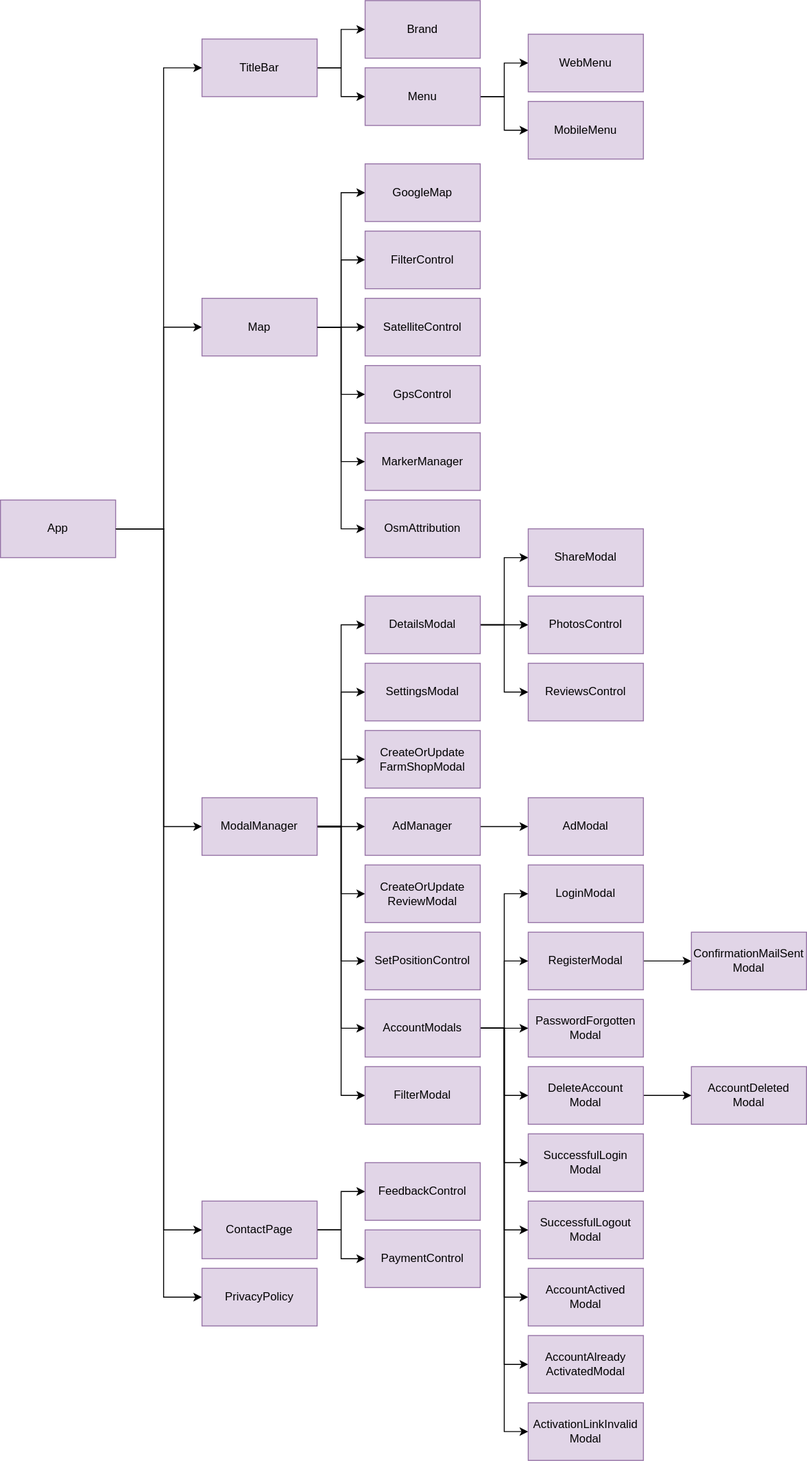
Above: _images/architecture-front-end.drawio.svg in gartenkralle/geolocation-services-doc (draw.io), before the change. Source tidied: cells renumbered, new cells last; positions are measured from the earlier drawing's top-left corner, leaving out a move shared by most shapes.
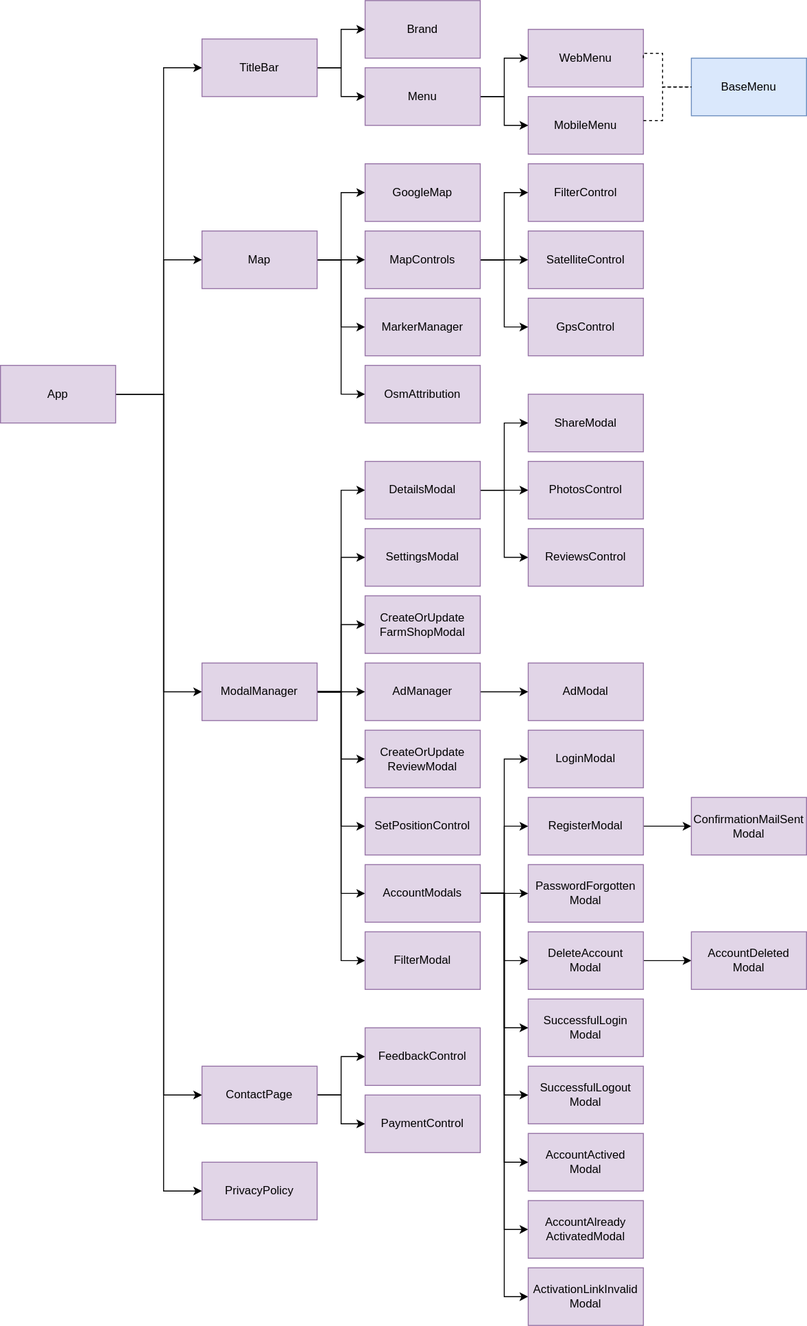
Later version of the same file.

Commit message:
update front end diagram

Diff of the diagram source:
```diff
@@ -2,14 +2,6 @@
   <root>
     <mxCell id="0" />
     <mxCell id="1" parent="0" />
-    <mxCell id="2" style="edgeStyle=orthogonalEdgeStyle;rounded=0;jettySize=auto;html=1;entryX=0;entryY=0.5;entryDx=0;entryDy=0;" parent="1" edge="1" source="6" target="15">
-      <mxGeometry relative="1" as="geometry">
-        <Array as="points">
-          <mxPoint x="170" y="550" />
-          <mxPoint x="170" y="340" />
-        </Array>
-      </mxGeometry>
-    </mxCell>
     <mxCell id="3" style="edgeStyle=orthogonalEdgeStyle;rounded=0;jettySize=auto;html=1;entryX=0;entryY=0.5;entryDx=0;entryDy=0;" parent="1" edge="1" source="6" target="24">
       <mxGeometry relative="1" as="geometry">
         <Array as="points">
@@ -30,39 +22,43 @@
       <mxGeometry relative="1" as="geometry">
         <Array as="points">
           <mxPoint x="170" y="550" />
-          <mxPoint x="170" y="1350" />
+          <mxPoint x="170" y="1380" />
         </Array>
       </mxGeometry>
     </mxCell>
+    <mxCell id="2" style="edgeStyle=orthogonalEdgeStyle;rounded=0;jettySize=auto;html=1;entryX=0;entryY=0.5;entryDx=0;entryDy=0;" parent="1" edge="1" source="6" target="15">
+      <mxGeometry relative="1" as="geometry">
+        <Array as="points">
+          <mxPoint x="170" y="550" />
+          <mxPoint x="170" y="410" />
+        </Array>
+      </mxGeometry>
+    </mxCell>
+    <mxCell id="43" style="edgeStyle=orthogonalEdgeStyle;rounded=0;jettySize=auto;html=1;entryX=0;entryY=0.5;entryDx=0;entryDy=0;" parent="1" edge="1" source="6" target="41">
+      <mxGeometry relative="1" as="geometry">
+        <Array as="points">
+          <mxPoint x="170" y="550" />
+          <mxPoint x="170" y="210" />
+        </Array>
+      </mxGeometry>
+    </mxCell>
     <mxCell id="6" value="App" style="rounded=0;whiteSpace=wrap;html=1;fillColor=#e1d5e7;strokeColor=#9673a6;" parent="1" vertex="1">
       <mxGeometry y="520" width="120" height="60" as="geometry" />
     </mxCell>
-    <mxCell id="7" style="edgeStyle=orthogonalEdgeStyle;rounded=0;jettySize=auto;html=1;entryX=0;entryY=0.5;entryDx=0;entryDy=0;" parent="1" edge="1" source="9" target="78">
-      <mxGeometry relative="1" as="geometry" />
-    </mxCell>
-    <mxCell id="8" style="edgeStyle=orthogonalEdgeStyle;rounded=0;jettySize=auto;html=1;entryX=0;entryY=0.5;entryDx=0;entryDy=0;" parent="1" edge="1" source="9" target="79">
-      <mxGeometry relative="1" as="geometry" />
-    </mxCell>
-    <mxCell id="9" value="Menu" style="rounded=0;whiteSpace=wrap;html=1;fillColor=#e1d5e7;strokeColor=#9673a6;" parent="1" vertex="1">
-      <mxGeometry x="380" y="70" width="120" height="60" as="geometry" />
-    </mxCell>
     <mxCell id="10" style="edgeStyle=orthogonalEdgeStyle;rounded=0;jettySize=auto;html=1;entryX=0;entryY=0.5;entryDx=0;entryDy=0;" parent="1" edge="1" source="15" target="29">
       <mxGeometry relative="1" as="geometry" />
     </mxCell>
-    <mxCell id="11" style="edgeStyle=orthogonalEdgeStyle;rounded=0;jettySize=auto;html=1;entryX=0;entryY=0.5;entryDx=0;entryDy=0;" parent="1" edge="1" source="15" target="31">
-      <mxGeometry relative="1" as="geometry" />
-    </mxCell>
-    <mxCell id="12" style="edgeStyle=orthogonalEdgeStyle;rounded=0;jettySize=auto;html=1;entryX=0;entryY=0.5;entryDx=0;entryDy=0;" parent="1" edge="1" source="15" target="32">
-      <mxGeometry relative="1" as="geometry" />
-    </mxCell>
     <mxCell id="13" style="edgeStyle=orthogonalEdgeStyle;rounded=0;jettySize=auto;html=1;entryX=0;entryY=0.5;entryDx=0;entryDy=0;" parent="1" edge="1" source="15" target="53">
       <mxGeometry relative="1" as="geometry" />
     </mxCell>
     <mxCell id="14" style="edgeStyle=orthogonalEdgeStyle;rounded=0;jettySize=auto;html=1;entryX=0;entryY=0.5;entryDx=0;entryDy=0;" parent="1" edge="1" source="15" target="81">
       <mxGeometry relative="1" as="geometry" />
     </mxCell>
+    <mxCell id="83" style="edgeStyle=orthogonalEdgeStyle;rounded=0;jettySize=auto;html=1;entryX=0;entryY=0.5;entryDx=0;entryDy=0;" parent="1" edge="1" source="15" target="87">
+      <mxGeometry relative="1" as="geometry" />
+    </mxCell>
     <mxCell id="15" value="Map" style="rounded=0;whiteSpace=wrap;html=1;fillColor=#e1d5e7;strokeColor=#9673a6;" parent="1" vertex="1">
-      <mxGeometry x="210" y="310" width="120" height="60" as="geometry" />
+      <mxGeometry x="210" y="380" width="120" height="60" as="geometry" />
     </mxCell>
     <mxCell id="16" style="edgeStyle=orthogonalEdgeStyle;rounded=0;jettySize=auto;html=1;entryX=0;entryY=0.5;entryDx=0;entryDy=0;" parent="1" edge="1" source="24" target="38">
       <mxGeometry relative="1" as="geometry" />
@@ -104,16 +100,16 @@
       <mxGeometry x="550" y="1040" width="120" height="60" as="geometry" />
     </mxCell>
     <mxCell id="29" value="GoogleMap" style="rounded=0;whiteSpace=wrap;html=1;fillColor=#e1d5e7;strokeColor=#9673a6;" parent="1" vertex="1">
-      <mxGeometry x="380" y="170" width="120" height="60" as="geometry" />
+      <mxGeometry x="380" y="310" width="120" height="60" as="geometry" />
     </mxCell>
     <mxCell id="30" value="FilterControl" style="rounded=0;whiteSpace=wrap;html=1;fillColor=#e1d5e7;strokeColor=#9673a6;" parent="1" vertex="1">
-      <mxGeometry x="380" y="240" width="120" height="60" as="geometry" />
+      <mxGeometry x="550" y="310" width="120" height="60" as="geometry" />
     </mxCell>
     <mxCell id="31" value="SatelliteControl" style="rounded=0;whiteSpace=wrap;html=1;fillColor=#e1d5e7;strokeColor=#9673a6;" parent="1" vertex="1">
-      <mxGeometry x="380" y="310" width="120" height="60" as="geometry" />
+      <mxGeometry x="550" y="380" width="120" height="60" as="geometry" />
     </mxCell>
     <mxCell id="32" value="GpsControl" style="rounded=0;whiteSpace=wrap;html=1;fillColor=#e1d5e7;strokeColor=#9673a6;" parent="1" vertex="1">
-      <mxGeometry x="380" y="380" width="120" height="60" as="geometry" />
+      <mxGeometry x="550" y="450" width="120" height="60" as="geometry" />
     </mxCell>
     <mxCell id="33" value="SettingsModal" style="rounded=0;whiteSpace=wrap;html=1;fillColor=#e1d5e7;strokeColor=#9673a6;" parent="1" vertex="1">
       <mxGeometry x="380" y="690" width="120" height="60" as="geometry" />
@@ -136,27 +132,15 @@
     <mxCell id="39" style="edgeStyle=orthogonalEdgeStyle;rounded=0;jettySize=auto;html=1;entryX=0;entryY=0.5;entryDx=0;entryDy=0;" parent="1" edge="1" source="41" target="42">
       <mxGeometry relative="1" as="geometry" />
     </mxCell>
-    <mxCell id="40" style="edgeStyle=orthogonalEdgeStyle;rounded=0;jettySize=auto;html=1;entryX=0;entryY=0.5;entryDx=0;entryDy=0;" parent="1" edge="1" source="41" target="9">
+    <mxCell id="40" style="edgeStyle=orthogonalEdgeStyle;rounded=0;jettySize=auto;html=1;" parent="1" edge="1" source="41" target="9">
       <mxGeometry relative="1" as="geometry" />
     </mxCell>
     <mxCell id="41" value="TitleBar" style="rounded=0;whiteSpace=wrap;html=1;fillColor=#e1d5e7;strokeColor=#9673a6;" parent="1" vertex="1">
-      <mxGeometry x="210" y="40" width="120" height="60" as="geometry" />
+      <mxGeometry x="210" y="180" width="120" height="60" as="geometry" />
     </mxCell>
     <mxCell id="42" value="Brand" style="rounded=0;whiteSpace=wrap;html=1;fillColor=#e1d5e7;strokeColor=#9673a6;" parent="1" vertex="1">
-      <mxGeometry x="380" width="120" height="60" as="geometry" />
+      <mxGeometry x="380" y="140" width="120" height="60" as="geometry" />
     </mxCell>
-    <mxCell id="43" style="endArrow=classic;html=1;rounded=0;exitX=1;exitY=0.5;exitDx=0;exitDy=0;entryX=0;entryY=0.5;entryDx=0;entryDy=0;" parent="1" edge="1" source="6" target="41">
-      <mxGeometry relative="1" as="geometry">
-        <Array as="points">
-          <mxPoint x="170" y="550" />
-          <mxPoint x="170" y="310" />
-          <mxPoint x="170" y="70" />
-        </Array>
-      </mxGeometry>
-    </mxCell>
-    <mxCell id="44" style="edgeStyle=orthogonalEdgeStyle;rounded=0;jettySize=auto;html=1;entryX=0;entryY=0.5;entryDx=0;entryDy=0;" parent="1" edge="1" source="15" target="30">
-      <mxGeometry relative="1" as="geometry" />
-    </mxCell>
     <mxCell id="45" value="AdModal" style="rounded=0;whiteSpace=wrap;html=1;fillColor=#e1d5e7;strokeColor=#9673a6;" parent="1" vertex="1">
       <mxGeometry x="550" y="830" width="120" height="60" as="geometry" />
     </mxCell>
@@ -257,10 +241,10 @@
       <mxGeometry x="550" y="1460" width="120" height="60" as="geometry" />
     </mxCell>
     <mxCell id="78" value="WebMenu" style="rounded=0;whiteSpace=wrap;html=1;fillColor=#e1d5e7;strokeColor=#9673a6;" parent="1" vertex="1">
-      <mxGeometry x="550" y="35" width="120" height="60" as="geometry" />
+      <mxGeometry x="550" y="170" width="120" height="60" as="geometry" />
     </mxCell>
     <mxCell id="79" value="MobileMenu" style="rounded=0;whiteSpace=wrap;html=1;fillColor=#e1d5e7;strokeColor=#9673a6;" parent="1" vertex="1">
-      <mxGeometry x="550" y="105" width="120" height="60" as="geometry" />
+      <mxGeometry x="550" y="240" width="120" height="60" as="geometry" />
     </mxCell>
     <mxCell id="80" value="FilterModal" style="rounded=0;whiteSpace=wrap;html=1;fillColor=#e1d5e7;strokeColor=#9673a6;" parent="1" vertex="1">
       <mxGeometry x="380" y="1110" width="120" height="60" as="geometry" />
@@ -269,7 +253,47 @@
       <mxGeometry x="380" y="520" width="120" height="60" as="geometry" />
     </mxCell>
     <mxCell id="82" value="PrivacyPolicy" style="rounded=0;whiteSpace=wrap;html=1;fillColor=#e1d5e7;strokeColor=#9673a6;" parent="1" vertex="1">
-      <mxGeometry x="210" y="1320" width="120" height="60" as="geometry" />
+      <mxGeometry x="210" y="1350" width="120" height="60" as="geometry" />
     </mxCell>
+    <mxCell id="84" style="edgeStyle=orthogonalEdgeStyle;rounded=0;jettySize=auto;html=1;entryX=0;entryY=0.5;entryDx=0;entryDy=0;" parent="1" edge="1" source="87" target="30">
+      <mxGeometry relative="1" as="geometry" />
+    </mxCell>
+    <mxCell id="85" style="edgeStyle=orthogonalEdgeStyle;rounded=0;jettySize=auto;html=1;entryX=0;entryY=0.5;entryDx=0;entryDy=0;" parent="1" edge="1" source="87" target="31">
+      <mxGeometry relative="1" as="geometry" />
+    </mxCell>
+    <mxCell id="86" style="edgeStyle=orthogonalEdgeStyle;rounded=0;jettySize=auto;html=1;entryX=0;entryY=0.5;entryDx=0;entryDy=0;" parent="1" edge="1" source="87" target="32">
+      <mxGeometry relative="1" as="geometry" />
+    </mxCell>
+    <mxCell id="87" value="MapControls" style="rounded=0;whiteSpace=wrap;html=1;fillColor=#e1d5e7;strokeColor=#9673a6;" parent="1" vertex="1">
+      <mxGeometry x="380" y="380" width="120" height="60" as="geometry" />
+    </mxCell>
+    <mxCell id="7" style="edgeStyle=orthogonalEdgeStyle;rounded=0;jettySize=auto;html=1;entryX=0;entryY=0.5;entryDx=0;entryDy=0;" parent="1" edge="1" source="9" target="78">
+      <mxGeometry relative="1" as="geometry" />
+    </mxCell>
+    <mxCell id="8" style="edgeStyle=orthogonalEdgeStyle;rounded=0;jettySize=auto;html=1;entryX=0;entryY=0.5;entryDx=0;entryDy=0;" parent="1" edge="1" source="9" target="79">
+      <mxGeometry relative="1" as="geometry" />
+    </mxCell>
+    <mxCell id="9" value="Menu" style="rounded=0;whiteSpace=wrap;html=1;fillColor=#e1d5e7;strokeColor=#9673a6;" parent="1" vertex="1">
+      <mxGeometry x="380" y="210" width="120" height="60" as="geometry" />
+    </mxCell>
+    <mxCell id="88" value="BaseMenu" style="rounded=0;whiteSpace=wrap;html=1;fillColor=#dae8fc;strokeColor=#6c8ebf;" parent="1" vertex="1">
+      <mxGeometry x="720" y="200" width="120" height="60" as="geometry" />
+    </mxCell>
+    <mxCell id="89" style="endArrow=none;dashed=1;html=1;rounded=0;exitX=1;exitY=0.5;exitDx=0;exitDy=0;entryX=0;entryY=0.5;entryDx=0;entryDy=0;edgeStyle=orthogonalEdgeStyle;" parent="1" edge="1" source="78" target="88">
+      <mxGeometry relative="1" as="geometry">
+        <Array as="points">
+          <mxPoint x="690" y="195" />
+          <mxPoint x="690" y="230" />
+        </Array>
+      </mxGeometry>
+    </mxCell>
+    <mxCell id="90" style="endArrow=none;dashed=1;html=1;rounded=0;entryX=0;entryY=0.5;entryDx=0;entryDy=0;edgeStyle=orthogonalEdgeStyle;" parent="1" edge="1" source="79" target="88">
+      <mxGeometry relative="1" as="geometry">
+        <Array as="points">
+          <mxPoint x="690" y="265" />
+          <mxPoint x="690" y="230" />
+        </Array>
+      </mxGeometry>
+    </mxCell>
   </root>
 </mxGraphModel>
```
